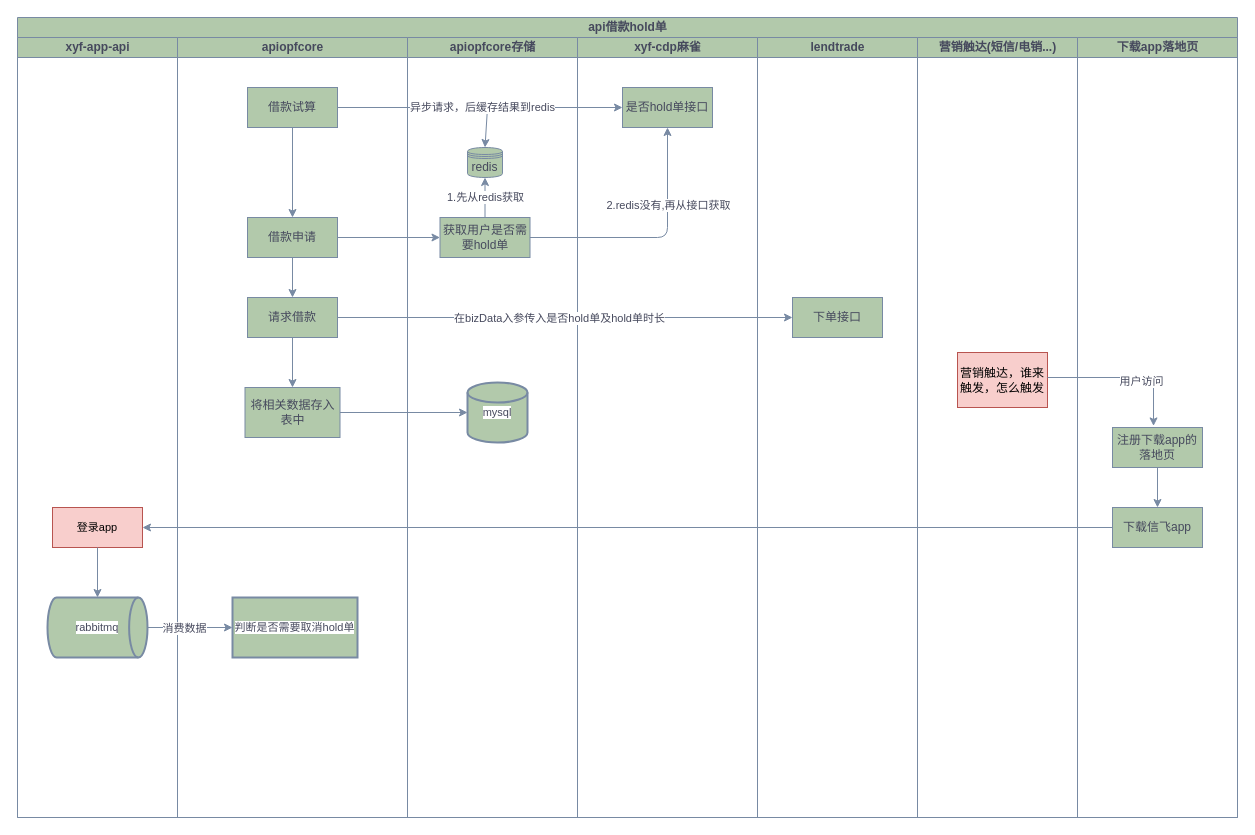
Above: api借款hold单.drawio in yuanlj-tea/picgo (draw.io), before the change. Source tidied: cells renumbered, new cells numbered last; positions are measured from the earlier drawing's top-left corner, leaving out a move shared by most shapes. Both pictures are drawn from the tidied source at 100%, with x=0, y=0 at pixel (17, 17).
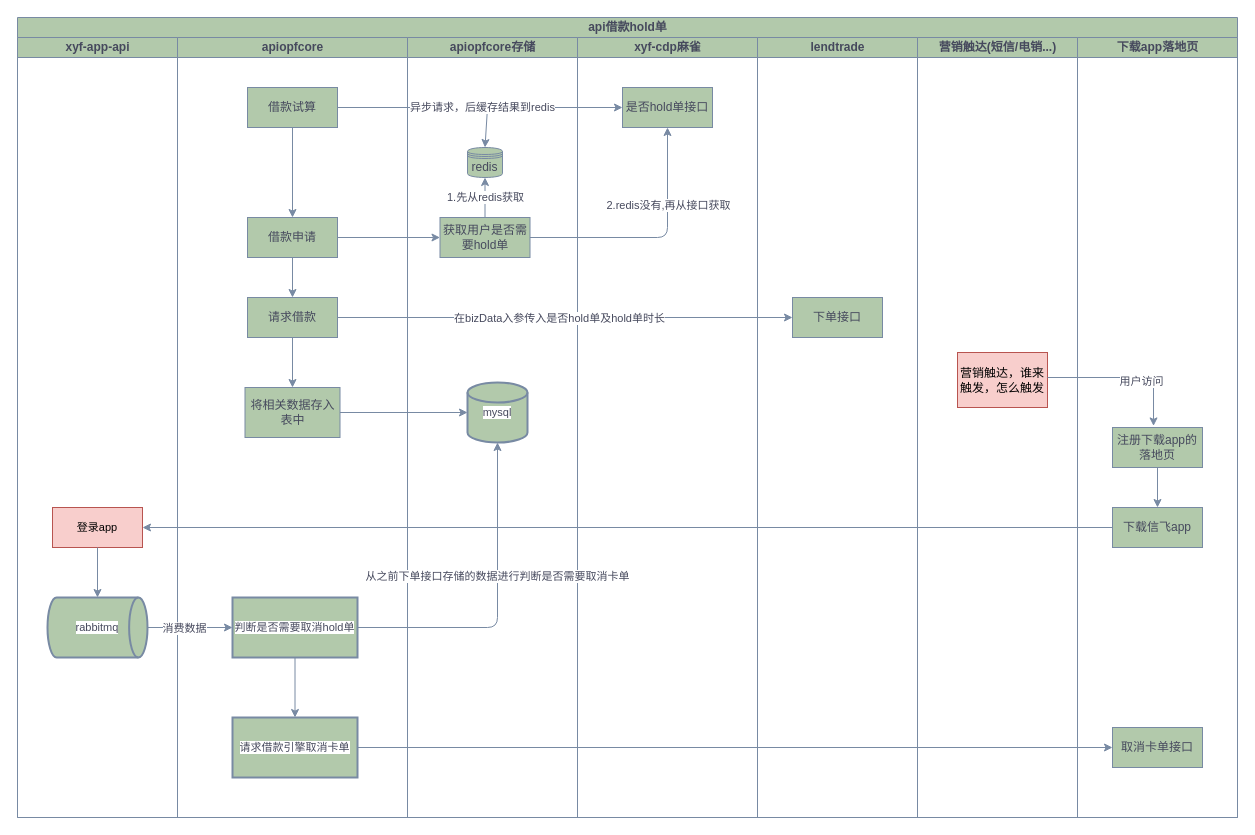
Above is the later version.

Commit message (it also covers changes not shown here):
更新api借款hold单.drawio

The change refers to these unchanged cells:
```xml
<mxCell id="2" value="api借款hold单" style="swimlane;startSize=20;html=1;labelBackgroundColor=none;fillColor=#B2C9AB;strokeColor=#788AA3;fontColor=#46495D;" parent="1" vertex="1">
  <mxGeometry width="1220" height="800" as="geometry" />
</mxCell>
<mxCell id="7" value="apiopfcore" style="swimlane;startSize=20;html=1;labelBackgroundColor=none;fillColor=#B2C9AB;strokeColor=#788AA3;fontColor=#46495D;" parent="2" vertex="1">
  <mxGeometry x="160" y="20" width="230" height="780" as="geometry" />
</mxCell>
<mxCell id="15" value="判断是否需要取消hold单" style="whiteSpace=wrap;html=1;fontSize=11;fillColor=#B2C9AB;strokeColor=#788AA3;fontColor=#46495D;strokeWidth=2;labelBackgroundColor=default;" parent="7" vertex="1">
  <mxGeometry x="55" y="560" width="125" height="60" as="geometry" />
</mxCell>
<mxCell id="22" value="mysql" style="strokeWidth=2;html=1;shape=mxgraph.flowchart.database;whiteSpace=wrap;strokeColor=#788AA3;fontFamily=Helvetica;fontSize=11;fontColor=#46495D;labelBackgroundColor=default;fillColor=#B2C9AB;" parent="16" vertex="1">
  <mxGeometry x="60" y="345" width="60" height="60" as="geometry" />
</mxCell>
<mxCell id="29" value="下载app落地页" style="swimlane;startSize=20;html=1;labelBackgroundColor=none;fillColor=#B2C9AB;strokeColor=#788AA3;fontColor=#46495D;" parent="2" vertex="1">
  <mxGeometry x="1060" y="20" width="160" height="780" as="geometry" />
</mxCell>
```

What changed in the source:
```diff
@@
+    <mxCell id="46" style="edgeStyle=orthogonalEdgeStyle;curved=0;rounded=1;jettySize=auto;html=1;strokeColor=#788AA3;align=center;verticalAlign=middle;fontFamily=Helvetica;fontSize=11;fontColor=#46495D;labelBackgroundColor=default;endArrow=classic;fillColor=#B2C9AB;" parent="7" edge="1" source="15" target="47">
+      <mxGeometry relative="1" as="geometry" />
+    </mxCell>
@@
+    <mxCell id="47" value="请求借款引擎取消卡单" style="whiteSpace=wrap;html=1;fontSize=11;fillColor=#B2C9AB;strokeColor=#788AA3;fontColor=#46495D;strokeWidth=2;labelBackgroundColor=default;" parent="7" vertex="1">
+      <mxGeometry x="55" y="680" width="125" height="60" as="geometry" />
+    </mxCell>
@@
+    <mxCell id="48" value="取消卡单接口" style="whiteSpace=wrap;html=1;fillColor=#B2C9AB;strokeColor=#788AA3;fontColor=#46495D;rounded=0;" parent="29" vertex="1">
+      <mxGeometry x="35" y="690" width="90" height="40" as="geometry" />
+    </mxCell>
@@
+    <mxCell id="49" style="edgeStyle=orthogonalEdgeStyle;curved=0;rounded=1;jettySize=auto;html=1;entryX=0.5;entryY=1;entryDx=0;entryDy=0;entryPerimeter=0;strokeColor=#788AA3;align=center;verticalAlign=middle;fontFamily=Helvetica;fontSize=11;fontColor=#46495D;labelBackgroundColor=default;endArrow=classic;fillColor=#B2C9AB;" parent="2" edge="1" source="15" target="22">
+      <mxGeometry relative="1" as="geometry" />
+    </mxCell>
+    <mxCell id="50" value="从之前下单接口存储的数据进行判断是否需要取消卡单" style="edgeLabel;html=1;align=center;verticalAlign=middle;strokeColor=#788AA3;fontFamily=Helvetica;fontSize=11;fontColor=#46495D;labelBackgroundColor=default;fillColor=#B2C9AB;" parent="49" vertex="1">
+      <mxGeometry x="0.18" y="1" relative="1" as="geometry" />
+    </mxCell>
+    <mxCell id="51" style="edgeStyle=orthogonalEdgeStyle;curved=0;rounded=1;jettySize=auto;html=1;strokeColor=#788AA3;align=center;verticalAlign=middle;fontFamily=Helvetica;fontSize=11;fontColor=#46495D;labelBackgroundColor=default;endArrow=classic;fillColor=#B2C9AB;" parent="2" edge="1" source="47" target="48">
+      <mxGeometry relative="1" as="geometry" />
+    </mxCell>
```
